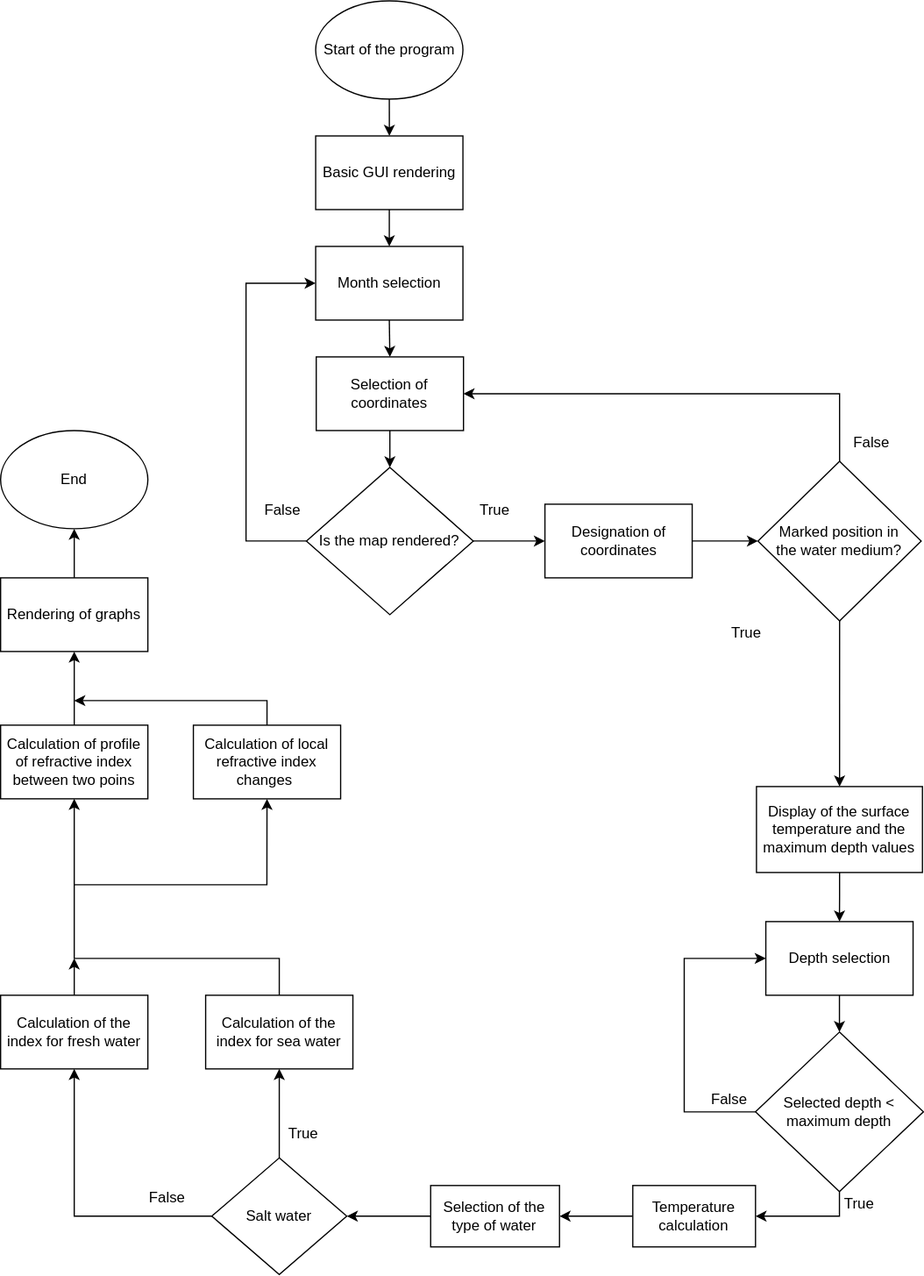
Earlier version of the draw.io export world_map.drawio.svg (OndraFoltyn/digital-electronics-1). Source tidied: cells renumbered, new cells last; positions are measured from the earlier drawing's top-left corner, leaving out a move shared by most shapes.
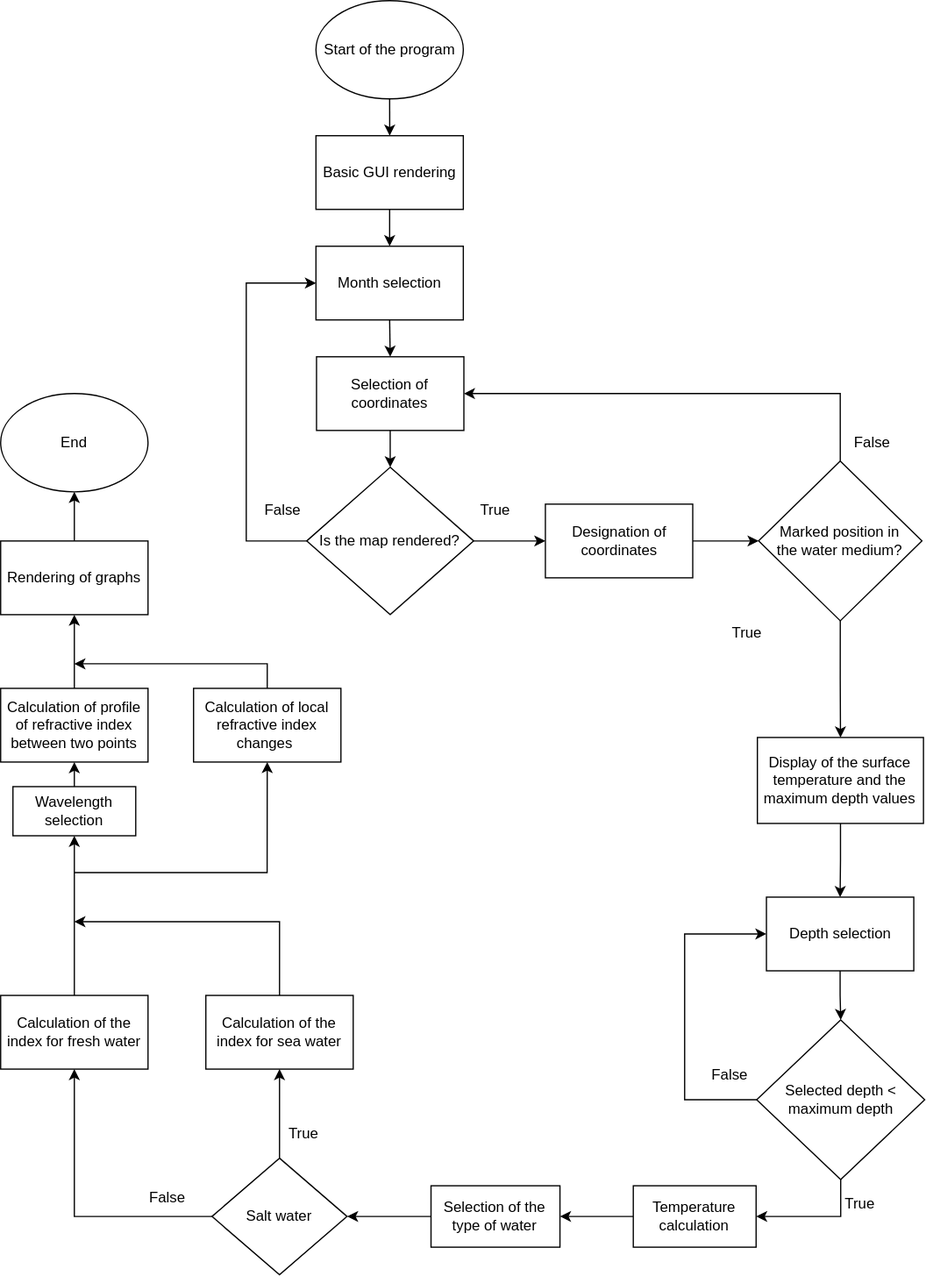
After the change.

The edit, as a diff of the source:
```diff
@@ -62,7 +62,7 @@
       <mxGeometry relative="1" as="geometry" />
     </mxCell>
     <mxCell id="20" value="Display of the surface temperature and the maximum depth values" style="whiteSpace=wrap;html=1;" parent="1" vertex="1">
-      <mxGeometry x="616" y="640" width="135.2" height="70" as="geometry" />
+      <mxGeometry x="616.2" y="600" width="135.2" height="70" as="geometry" />
     </mxCell>
     <mxCell id="21" value="True" style="text;html=1;strokeColor=none;fillColor=none;align=center;verticalAlign=middle;whiteSpace=wrap;rounded=0;" parent="1" vertex="1">
       <mxGeometry x="578.1" y="500" width="60" height="30" as="geometry" />
@@ -71,13 +71,13 @@
       <mxGeometry relative="1" as="geometry" />
     </mxCell>
     <mxCell id="23" value="Depth selection" style="whiteSpace=wrap;html=1;" parent="1" vertex="1">
-      <mxGeometry x="623.6" y="750" width="120" height="60" as="geometry" />
+      <mxGeometry x="623.6" y="730" width="120" height="60" as="geometry" />
     </mxCell>
     <mxCell id="24" style="edgeStyle=orthogonalEdgeStyle;rounded=0;jettySize=auto;html=1;exitX=0;exitY=0.5;exitDx=0;exitDy=0;entryX=0;entryY=0.5;entryDx=0;entryDy=0;" parent="1" edge="1" source="26" target="23">
       <mxGeometry relative="1" as="geometry">
         <Array as="points">
-          <mxPoint x="557.1" y="905" />
-          <mxPoint x="557.1" y="780" />
+          <mxPoint x="557" y="895" />
+          <mxPoint x="557" y="760" />
         </Array>
       </mxGeometry>
     </mxCell>
@@ -85,10 +85,10 @@
       <mxGeometry relative="1" as="geometry" />
     </mxCell>
     <mxCell id="26" value="Selected depth &amp;lt; &lt;br&gt;maximum depth" style="rhombus;whiteSpace=wrap;html=1;" parent="1" vertex="1">
-      <mxGeometry x="615.2" y="840" width="136.8" height="130" as="geometry" />
+      <mxGeometry x="615.7" y="830" width="136.8" height="130" as="geometry" />
     </mxCell>
     <mxCell id="27" value="False" style="text;html=1;strokeColor=none;fillColor=none;align=center;verticalAlign=middle;whiteSpace=wrap;rounded=0;" parent="1" vertex="1">
-      <mxGeometry x="563.6" y="880" width="60" height="30" as="geometry" />
+      <mxGeometry x="563.6" y="860" width="60" height="30" as="geometry" />
     </mxCell>
     <mxCell id="28" style="edgeStyle=orthogonalEdgeStyle;rounded=0;jettySize=auto;html=1;exitX=0;exitY=0.5;exitDx=0;exitDy=0;entryX=1;entryY=0.5;entryDx=0;entryDy=0;" parent="1" edge="1" source="29" target="46">
       <mxGeometry relative="1" as="geometry" />
@@ -108,22 +108,20 @@
     <mxCell id="33" value="Salt water" style="rhombus;whiteSpace=wrap;html=1;" parent="1" vertex="1">
       <mxGeometry x="172.1" y="942.5" width="110" height="95" as="geometry" />
     </mxCell>
-    <mxCell id="34" style="edgeStyle=orthogonalEdgeStyle;rounded=0;jettySize=auto;html=1;exitX=0.5;exitY=0;exitDx=0;exitDy=0;" parent="1" edge="1" source="35">
-      <mxGeometry relative="1" as="geometry">
-        <mxPoint x="60" y="780" as="targetPoint" />
-      </mxGeometry>
-    </mxCell>
+    <mxCell id="52" style="edgeStyle=orthogonalEdgeStyle;rounded=0;jettySize=auto;html=1;exitX=0.5;exitY=0;exitDx=0;exitDy=0;entryX=0.5;entryY=1;entryDx=0;entryDy=0;" parent="1" edge="1" source="35" target="55">
+      <mxGeometry relative="1" as="geometry" />
+    </mxCell>
     <mxCell id="35" value="Calculation of the index for fresh water" style="whiteSpace=wrap;html=1;" parent="1" vertex="1">
       <mxGeometry y="810" width="120" height="60" as="geometry" />
     </mxCell>
-    <mxCell id="36" style="edgeStyle=orthogonalEdgeStyle;rounded=0;jettySize=auto;html=1;exitX=0.5;exitY=0;exitDx=0;exitDy=0;entryX=0.5;entryY=1;entryDx=0;entryDy=0;" parent="1" edge="1" source="37" target="48">
-      <mxGeometry relative="1" as="geometry">
-        <Array as="points">
-          <mxPoint x="227" y="780" />
-          <mxPoint x="60" y="780" />
-        </Array>
-      </mxGeometry>
-    </mxCell>
+    <mxCell id="53" style="edgeStyle=orthogonalEdgeStyle;rounded=0;jettySize=auto;html=1;exitX=0.5;exitY=0;exitDx=0;exitDy=0;" parent="1" edge="1" source="37">
+      <mxGeometry relative="1" as="geometry">
+        <mxPoint x="60" y="750" as="targetPoint" />
+        <Array as="points">
+          <mxPoint x="227" y="750" />
+        </Array>
+      </mxGeometry>
+    </mxCell>
     <mxCell id="37" value="Calculation of the index for sea water" style="whiteSpace=wrap;html=1;" parent="1" vertex="1">
       <mxGeometry x="167.1" y="810" width="120" height="60" as="geometry" />
     </mxCell>
@@ -135,17 +133,18 @@
     </mxCell>
     <mxCell id="40" style="edgeStyle=orthogonalEdgeStyle;rounded=0;jettySize=auto;html=1;exitX=0.5;exitY=0;exitDx=0;exitDy=0;" parent="1" edge="1" source="41">
       <mxGeometry relative="1" as="geometry">
-        <mxPoint x="60" y="570" as="targetPoint" />
+        <mxPoint x="60" y="540" as="targetPoint" />
         <Array as="points">
-          <mxPoint x="217" y="570" />
+          <mxPoint x="217" y="540" />
+          <mxPoint x="60" y="540" />
         </Array>
       </mxGeometry>
     </mxCell>
     <mxCell id="41" value="Calculation of local refractive index changes&amp;nbsp;" style="rounded=0;whiteSpace=wrap;html=1;" parent="1" vertex="1">
-      <mxGeometry x="157.1" y="590" width="120" height="60" as="geometry" />
+      <mxGeometry x="157.1" y="560" width="120" height="60" as="geometry" />
     </mxCell>
     <mxCell id="42" value="End" style="ellipse;whiteSpace=wrap;html=1;" parent="1" vertex="1">
-      <mxGeometry y="350" width="120" height="80" as="geometry" />
+      <mxGeometry y="320" width="120" height="80" as="geometry" />
     </mxCell>
     <mxCell id="43" style="edgeStyle=orthogonalEdgeStyle;rounded=0;jettySize=auto;html=1;exitX=0.5;exitY=1;exitDx=0;exitDy=0;entryX=0.5;entryY=0;entryDx=0;entryDy=0;" parent="1" edge="1" source="44" target="7">
       <mxGeometry relative="1" as="geometry" />
@@ -162,22 +161,29 @@
     <mxCell id="47" style="edgeStyle=orthogonalEdgeStyle;rounded=0;jettySize=auto;html=1;exitX=0.5;exitY=0;exitDx=0;exitDy=0;entryX=0.5;entryY=1;entryDx=0;entryDy=0;" parent="1" edge="1" source="48" target="50">
       <mxGeometry relative="1" as="geometry" />
     </mxCell>
-    <mxCell id="48" value="Calculation of profile of refractive index between two poins" style="rounded=0;whiteSpace=wrap;html=1;" parent="1" vertex="1">
-      <mxGeometry y="590" width="120" height="60" as="geometry" />
+    <mxCell id="48" value="Calculation of profile of refractive index between two points" style="rounded=0;whiteSpace=wrap;html=1;" parent="1" vertex="1">
+      <mxGeometry y="560" width="120" height="60" as="geometry" />
     </mxCell>
     <mxCell id="49" style="edgeStyle=orthogonalEdgeStyle;rounded=0;jettySize=auto;html=1;exitX=0.5;exitY=0;exitDx=0;exitDy=0;entryX=0.5;entryY=1;entryDx=0;entryDy=0;" parent="1" edge="1" source="50" target="42">
       <mxGeometry relative="1" as="geometry" />
     </mxCell>
     <mxCell id="50" value="Rendering of graphs" style="rounded=0;whiteSpace=wrap;html=1;" parent="1" vertex="1">
-      <mxGeometry y="470" width="120" height="60" as="geometry" />
+      <mxGeometry y="440" width="120" height="60" as="geometry" />
     </mxCell>
-    <mxCell id="51" style="endArrow=classic;html=1;rounded=0;entryX=0.5;entryY=1;entryDx=0;entryDy=0;" parent="1" edge="1" target="41">
-      <mxGeometry relative="1" as="geometry">
-        <mxPoint x="60" y="720" as="sourcePoint" />
-        <Array as="points">
-          <mxPoint x="217" y="720" />
-        </Array>
-      </mxGeometry>
-    </mxCell>
+    <mxCell id="54" style="edgeStyle=orthogonalEdgeStyle;rounded=0;jettySize=auto;html=1;exitX=0.5;exitY=0;exitDx=0;exitDy=0;entryX=0.5;entryY=1;entryDx=0;entryDy=0;" parent="1" edge="1" source="55" target="48">
+      <mxGeometry relative="1" as="geometry" />
+    </mxCell>
+    <mxCell id="55" value="Wavelength selection" style="rounded=0;whiteSpace=wrap;html=1;" parent="1" vertex="1">
+      <mxGeometry x="10" y="640" width="100" height="40" as="geometry" />
+    </mxCell>
+    <mxCell id="56" style="endArrow=classic;html=1;rounded=0;entryX=0.5;entryY=1;entryDx=0;entryDy=0;" parent="1" edge="1" target="41">
+      <mxGeometry relative="1" as="geometry">
+        <mxPoint x="60" y="710" as="sourcePoint" />
+        <Array as="points">
+          <mxPoint x="140" y="710" />
+          <mxPoint x="217" y="710" />
+        </Array>
+      </mxGeometry>
+    </mxCell>
   </root>
 </mxGraphModel>
```
